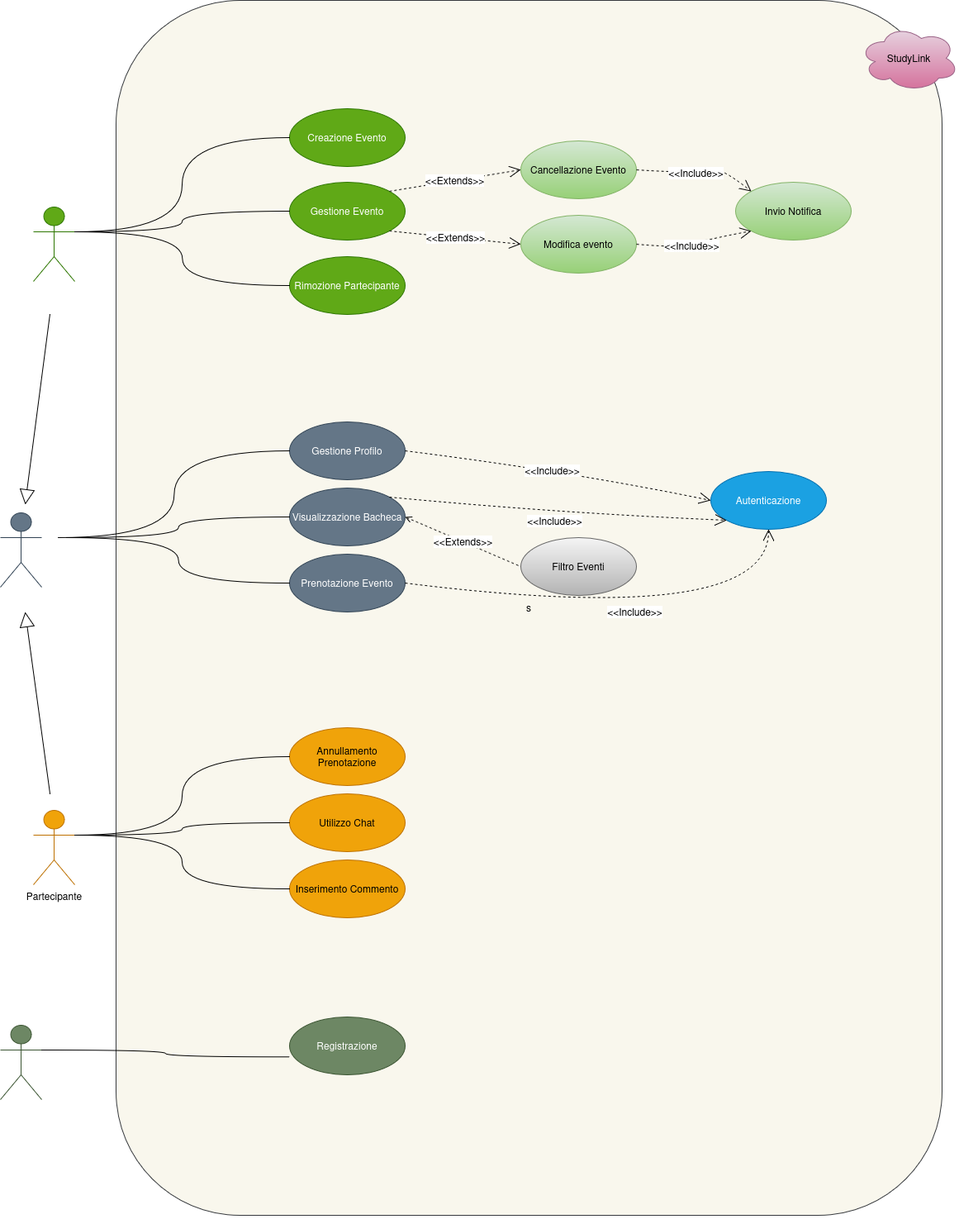
Above: latex/images/modello-dei-casi-d-uso.png in federicoporpora/studyLink (draw.io), before the change. Source tidied: cells renumbered, new cells last; positions are measured from the earlier drawing's top-left corner, leaving out a move shared by most shapes. The source it was exported from:
```xml
<mxGraphModel>
  <root>
    <mxCell id="0" />
    <mxCell id="1" parent="0" />
    <mxCell id="2" value="Utente" style="shape=umlActor;verticalLabelPosition=bottom;verticalAlign=top;html=1;fillColor=#647687;fontColor=#ffffff;strokeColor=#314354;" parent="1" vertex="1">
      <mxGeometry y="620" width="50" height="90" as="geometry" />
    </mxCell>
    <mxCell id="3" value="s" style="rounded=1;whiteSpace=wrap;html=1;fillColor=#f9f7ed;strokeColor=#36393d;" parent="1" vertex="1">
      <mxGeometry x="140" width="1000" height="1470" as="geometry" />
    </mxCell>
    <mxCell id="4" style="edgeStyle=none;curved=1;rounded=0;orthogonalLoop=1;jettySize=auto;html=1;exitX=0;exitY=1;exitDx=0;exitDy=0;fontSize=12;startSize=8;endSize=8;" parent="1" edge="1" source="3" target="3">
      <mxGeometry relative="1" as="geometry" />
    </mxCell>
    <mxCell id="5" value="Organizzatore" style="shape=umlActor;verticalLabelPosition=bottom;verticalAlign=top;html=1;outlineConnect=0;fillColor=#60a917;fontColor=#ffffff;strokeColor=#2D7600;" parent="1" vertex="1">
      <mxGeometry x="40" y="250" width="50" height="90" as="geometry" />
    </mxCell>
    <mxCell id="6" value="Partecipante" style="shape=umlActor;verticalLabelPosition=bottom;verticalAlign=top;html=1;outlineConnect=0;fillColor=#f0a30a;fontColor=#000000;strokeColor=#BD7000;" parent="1" vertex="1">
      <mxGeometry x="40" y="980" width="50" height="90" as="geometry" />
    </mxCell>
    <mxCell id="7" value="Gestione Profilo" style="ellipse;whiteSpace=wrap;html=1;fillColor=#647687;fontColor=#ffffff;strokeColor=#314354;" parent="1" vertex="1">
      <mxGeometry x="350" y="510" width="140" height="70" as="geometry" />
    </mxCell>
    <mxCell id="8" value="Prenotazione Evento" style="ellipse;whiteSpace=wrap;html=1;fillColor=#647687;fontColor=#ffffff;strokeColor=#314354;" parent="1" vertex="1">
      <mxGeometry x="350" y="670" width="140" height="70" as="geometry" />
    </mxCell>
    <mxCell id="9" value="Visualizzazione Bacheca" style="ellipse;whiteSpace=wrap;html=1;fillColor=#647687;fontColor=#ffffff;strokeColor=#314354;" parent="1" vertex="1">
      <mxGeometry x="350" y="590" width="140" height="70" as="geometry" />
    </mxCell>
    <mxCell id="10" style="edgeStyle=none;curved=1;rounded=0;orthogonalLoop=1;jettySize=auto;html=1;exitX=0.5;exitY=0;exitDx=0;exitDy=0;fontSize=12;startSize=8;endSize=8;" parent="1" edge="1">
      <mxGeometry relative="1" as="geometry">
        <mxPoint x="420" y="490" as="sourcePoint" />
        <mxPoint x="420" y="490" as="targetPoint" />
      </mxGeometry>
    </mxCell>
    <mxCell id="11" style="endArrow=none;html=1;edgeStyle=orthogonalEdgeStyle;rounded=0;fontSize=12;startSize=8;endSize=8;curved=1;entryX=0;entryY=0.5;entryDx=0;entryDy=0;" parent="1" edge="1" target="7">
      <mxGeometry relative="1" as="geometry">
        <mxPoint x="70" y="650" as="sourcePoint" />
      </mxGeometry>
    </mxCell>
    <mxCell id="12" style="endArrow=none;html=1;edgeStyle=orthogonalEdgeStyle;rounded=0;fontSize=12;startSize=8;endSize=8;curved=1;entryX=0;entryY=0.5;entryDx=0;entryDy=0;" parent="1" edge="1" target="9">
      <mxGeometry relative="1" as="geometry">
        <mxPoint x="80" y="650" as="sourcePoint" />
      </mxGeometry>
    </mxCell>
    <mxCell id="13" style="endArrow=none;html=1;edgeStyle=orthogonalEdgeStyle;rounded=0;fontSize=12;startSize=8;endSize=8;curved=1;entryX=0;entryY=0.5;entryDx=0;entryDy=0;" parent="1" edge="1" target="8">
      <mxGeometry relative="1" as="geometry">
        <mxPoint x="80" y="650" as="sourcePoint" />
      </mxGeometry>
    </mxCell>
    <mxCell id="14" value="Creazione Evento" style="ellipse;whiteSpace=wrap;html=1;fillColor=#60a917;fontColor=#ffffff;strokeColor=#2D7600;" parent="1" vertex="1">
      <mxGeometry x="350" y="131" width="140" height="70" as="geometry" />
    </mxCell>
    <mxCell id="15" value="Gestione Evento" style="ellipse;whiteSpace=wrap;html=1;fillColor=#60a917;fontColor=#ffffff;strokeColor=#2D7600;" parent="1" vertex="1">
      <mxGeometry x="350" y="220" width="140" height="70" as="geometry" />
    </mxCell>
    <mxCell id="16" value="Rimozione Partecipante" style="ellipse;whiteSpace=wrap;html=1;fillColor=#60a917;fontColor=#ffffff;strokeColor=#2D7600;" parent="1" vertex="1">
      <mxGeometry x="350" y="310" width="140" height="70" as="geometry" />
    </mxCell>
    <mxCell id="17" style="endArrow=none;html=1;edgeStyle=orthogonalEdgeStyle;rounded=0;fontSize=12;startSize=8;endSize=8;curved=1;entryX=0;entryY=0.5;entryDx=0;entryDy=0;exitX=1;exitY=0.3333333333333333;exitDx=0;exitDy=0;exitPerimeter=0;" parent="1" edge="1" source="5" target="14">
      <mxGeometry relative="1" as="geometry" />
    </mxCell>
    <mxCell id="18" style="endArrow=none;html=1;edgeStyle=orthogonalEdgeStyle;rounded=0;fontSize=12;startSize=8;endSize=8;curved=1;entryX=0;entryY=0.5;entryDx=0;entryDy=0;exitX=1;exitY=0.3333333333333333;exitDx=0;exitDy=0;exitPerimeter=0;" parent="1" edge="1" source="5" target="15">
      <mxGeometry relative="1" as="geometry" />
    </mxCell>
    <mxCell id="19" style="endArrow=none;html=1;edgeStyle=orthogonalEdgeStyle;rounded=0;fontSize=12;startSize=8;endSize=8;curved=1;entryX=0;entryY=0.5;entryDx=0;entryDy=0;" parent="1" edge="1" target="16">
      <mxGeometry relative="1" as="geometry">
        <mxPoint x="90" y="280" as="sourcePoint" />
      </mxGeometry>
    </mxCell>
    <mxCell id="20" value="Utilizzo Chat" style="ellipse;whiteSpace=wrap;html=1;fillColor=#f0a30a;fontColor=#000000;strokeColor=#BD7000;" parent="1" vertex="1">
      <mxGeometry x="350" y="960" width="140" height="70" as="geometry" />
    </mxCell>
    <mxCell id="21" value="Annullamento Prenotazione" style="ellipse;whiteSpace=wrap;html=1;fillColor=#f0a30a;fontColor=#000000;strokeColor=#BD7000;" parent="1" vertex="1">
      <mxGeometry x="350" y="880" width="140" height="70" as="geometry" />
    </mxCell>
    <mxCell id="22" value="Inserimento Commento" style="ellipse;whiteSpace=wrap;html=1;fillColor=#f0a30a;fontColor=#000000;strokeColor=#BD7000;" parent="1" vertex="1">
      <mxGeometry x="350" y="1040" width="140" height="70" as="geometry" />
    </mxCell>
    <mxCell id="23" style="endArrow=none;html=1;edgeStyle=orthogonalEdgeStyle;rounded=0;fontSize=12;startSize=8;endSize=8;curved=1;entryX=0;entryY=0.5;entryDx=0;entryDy=0;exitX=1;exitY=0.3333333333333333;exitDx=0;exitDy=0;exitPerimeter=0;" parent="1" edge="1" source="6" target="22">
      <mxGeometry relative="1" as="geometry" />
    </mxCell>
    <mxCell id="24" style="endArrow=none;html=1;edgeStyle=orthogonalEdgeStyle;rounded=0;fontSize=12;startSize=8;endSize=8;curved=1;entryX=0;entryY=0.5;entryDx=0;entryDy=0;exitX=1;exitY=0.3333333333333333;exitDx=0;exitDy=0;exitPerimeter=0;" parent="1" edge="1" source="6" target="20">
      <mxGeometry relative="1" as="geometry" />
    </mxCell>
    <mxCell id="25" style="endArrow=none;html=1;edgeStyle=orthogonalEdgeStyle;rounded=0;fontSize=12;startSize=8;endSize=8;curved=1;entryX=0;entryY=0.5;entryDx=0;entryDy=0;exitX=1;exitY=0.3333333333333333;exitDx=0;exitDy=0;exitPerimeter=0;" parent="1" edge="1" source="6" target="21">
      <mxGeometry relative="1" as="geometry" />
    </mxCell>
    <mxCell id="26" value="Filtro Eventi" style="ellipse;whiteSpace=wrap;html=1;fillColor=#f5f5f5;strokeColor=#666666;gradientColor=#b3b3b3;" parent="1" vertex="1">
      <mxGeometry x="630" y="650" width="140" height="70" as="geometry" />
    </mxCell>
    <mxCell id="27" value="&amp;lt;&amp;lt;Extends&amp;gt;&amp;gt;" style="endArrow=none;endSize=12;dashed=1;html=1;rounded=0;fontSize=12;curved=1;exitX=1;exitY=0.5;exitDx=0;exitDy=0;entryX=0;entryY=0.5;entryDx=0;entryDy=0;endFill=0;startArrow=open;startFill=0;" parent="1" edge="1" source="9" target="26">
      <mxGeometry relative="1" as="geometry" />
    </mxCell>
    <mxCell id="28" value="Invio Notifica" style="ellipse;whiteSpace=wrap;html=1;fillColor=#d5e8d4;strokeColor=#82b366;gradientColor=#97d077;" parent="1" vertex="1">
      <mxGeometry x="890" y="220" width="140" height="70" as="geometry" />
    </mxCell>
    <mxCell id="29" value="Autenticazione" style="ellipse;whiteSpace=wrap;html=1;fillColor=#1ba1e2;strokeColor=#006EAF;fontColor=#ffffff;" parent="1" vertex="1">
      <mxGeometry x="860" y="570" width="140" height="70" as="geometry" />
    </mxCell>
    <mxCell id="30" value="&amp;lt;&amp;lt;Include&amp;gt;&amp;gt;" style="endArrow=open;endSize=12;dashed=1;html=1;rounded=0;fontSize=12;curved=1;entryX=0;entryY=0.5;entryDx=0;entryDy=0;exitX=1;exitY=0.5;exitDx=0;exitDy=0;" parent="1" edge="1" source="7" target="29">
      <mxGeometry x="-0.03" y="-2" relative="1" as="geometry">
        <Array as="points">
          <mxPoint x="690" y="570" />
        </Array>
      </mxGeometry>
    </mxCell>
    <mxCell id="31" value="&amp;lt;&amp;lt;Include&amp;gt;&amp;gt;" style="endArrow=open;endSize=12;dashed=1;html=1;rounded=0;fontSize=12;curved=1;entryX=0;entryY=1;entryDx=0;entryDy=0;exitX=1;exitY=0;exitDx=0;exitDy=0;" parent="1" edge="1" source="9" target="29">
      <mxGeometry x="-0.02" y="-10" relative="1" as="geometry">
        <Array as="points">
          <mxPoint x="670" y="620" />
        </Array>
        <mxPoint x="1" as="offset" />
      </mxGeometry>
    </mxCell>
    <mxCell id="32" value="&amp;lt;&amp;lt;Include&amp;gt;&amp;gt;" style="endArrow=open;endSize=12;dashed=1;html=1;rounded=0;fontSize=12;curved=1;entryX=0.5;entryY=1;entryDx=0;entryDy=0;exitX=1;exitY=0.5;exitDx=0;exitDy=0;" parent="1" edge="1" source="8" target="29">
      <mxGeometry relative="1" as="geometry">
        <Array as="points">
          <mxPoint x="930" y="760" />
        </Array>
      </mxGeometry>
    </mxCell>
    <mxCell id="33" value="Persona" style="shape=umlActor;verticalLabelPosition=bottom;verticalAlign=top;html=1;outlineConnect=0;fillColor=#6d8764;fontColor=#ffffff;strokeColor=#3A5431;" parent="1" vertex="1">
      <mxGeometry y="1240" width="50" height="90" as="geometry" />
    </mxCell>
    <mxCell id="34" value="Registrazione" style="ellipse;whiteSpace=wrap;html=1;fillColor=#6d8764;fontColor=#ffffff;strokeColor=#3A5431;" parent="1" vertex="1">
      <mxGeometry x="350" y="1230" width="140" height="70" as="geometry" />
    </mxCell>
    <mxCell id="35" style="endArrow=none;html=1;edgeStyle=orthogonalEdgeStyle;rounded=0;fontSize=12;startSize=8;endSize=8;curved=1;entryX=-0.003;entryY=0.69;entryDx=0;entryDy=0;exitX=1;exitY=0.3333333333333333;exitDx=0;exitDy=0;exitPerimeter=0;entryPerimeter=0;" parent="1" edge="1" source="33" target="34">
      <mxGeometry relative="1" as="geometry" />
    </mxCell>
    <mxCell id="36" style="endArrow=block;endSize=16;endFill=0;html=1;rounded=0;fontSize=12;curved=1;" parent="1" edge="1">
      <mxGeometry x="-0.01" relative="1" as="geometry">
        <mxPoint x="60" y="380" as="sourcePoint" />
        <mxPoint x="30" y="610" as="targetPoint" />
      </mxGeometry>
    </mxCell>
    <mxCell id="37" style="endArrow=block;endSize=16;endFill=0;html=1;rounded=0;fontSize=12;curved=1;" parent="1" edge="1">
      <mxGeometry relative="1" as="geometry">
        <mxPoint x="60" y="960" as="sourcePoint" />
        <mxPoint x="30" y="740" as="targetPoint" />
      </mxGeometry>
    </mxCell>
    <mxCell id="38" value="Cancellazione Evento" style="ellipse;whiteSpace=wrap;html=1;fillColor=#d5e8d4;strokeColor=#82b366;gradientColor=#97d077;" parent="1" vertex="1">
      <mxGeometry x="630" y="170" width="140" height="70" as="geometry" />
    </mxCell>
    <mxCell id="39" value="Modifica evento" style="ellipse;whiteSpace=wrap;html=1;fillColor=#d5e8d4;strokeColor=#82b366;gradientColor=#97d077;" parent="1" vertex="1">
      <mxGeometry x="630" y="260" width="140" height="70" as="geometry" />
    </mxCell>
    <mxCell id="40" value="&amp;lt;&amp;lt;Extends&amp;gt;&amp;gt;" style="endArrow=open;endSize=12;dashed=1;html=1;rounded=0;fontSize=12;curved=1;exitX=1;exitY=1;exitDx=0;exitDy=0;entryX=0;entryY=0.5;entryDx=0;entryDy=0;" parent="1" edge="1" source="15" target="39">
      <mxGeometry relative="1" as="geometry" />
    </mxCell>
    <mxCell id="41" value="&amp;lt;&amp;lt;Extends&amp;gt;&amp;gt;" style="endArrow=open;endSize=12;dashed=1;html=1;rounded=0;fontSize=12;curved=1;exitX=1;exitY=0;exitDx=0;exitDy=0;entryX=0;entryY=0.5;entryDx=0;entryDy=0;" parent="1" edge="1" source="15" target="38">
      <mxGeometry relative="1" as="geometry" />
    </mxCell>
    <mxCell id="42" value="&amp;lt;&amp;lt;Include&amp;gt;&amp;gt;" style="endArrow=open;endSize=12;dashed=1;html=1;rounded=0;fontSize=12;curved=1;entryX=0;entryY=1;entryDx=0;entryDy=0;exitX=1;exitY=0.5;exitDx=0;exitDy=0;" parent="1" edge="1" source="39" target="28">
      <mxGeometry x="-0.07" relative="1" as="geometry">
        <Array as="points">
          <mxPoint x="830" y="300" />
          <mxPoint x="850" y="290" />
        </Array>
      </mxGeometry>
    </mxCell>
    <mxCell id="43" value="&amp;lt;&amp;lt;Include&amp;gt;&amp;gt;" style="endArrow=open;endSize=12;dashed=1;html=1;rounded=0;fontSize=12;curved=1;entryX=0;entryY=0;entryDx=0;entryDy=0;exitX=1;exitY=0.5;exitDx=0;exitDy=0;" parent="1" edge="1" source="38" target="28">
      <mxGeometry x="-0.07" relative="1" as="geometry">
        <Array as="points">
          <mxPoint x="850" y="210" />
          <mxPoint x="870" y="200" />
        </Array>
      </mxGeometry>
    </mxCell>
    <mxCell id="44" style="ellipse;shape=cloud;whiteSpace=wrap;html=1;fillColor=#e6d0de;gradientColor=#d5739d;strokeColor=#996185;" parent="1" vertex="1">
      <mxGeometry x="1040" y="30" width="120" height="80" as="geometry" />
    </mxCell>
    <mxCell id="45" value="StudyLink" style="text;html=1;whiteSpace=wrap;strokeColor=none;fillColor=none;align=center;verticalAlign=middle;rounded=0;" parent="1" vertex="1">
      <mxGeometry x="1050" y="45" width="100" height="50" as="geometry" />
    </mxCell>
  </root>
</mxGraphModel>
```
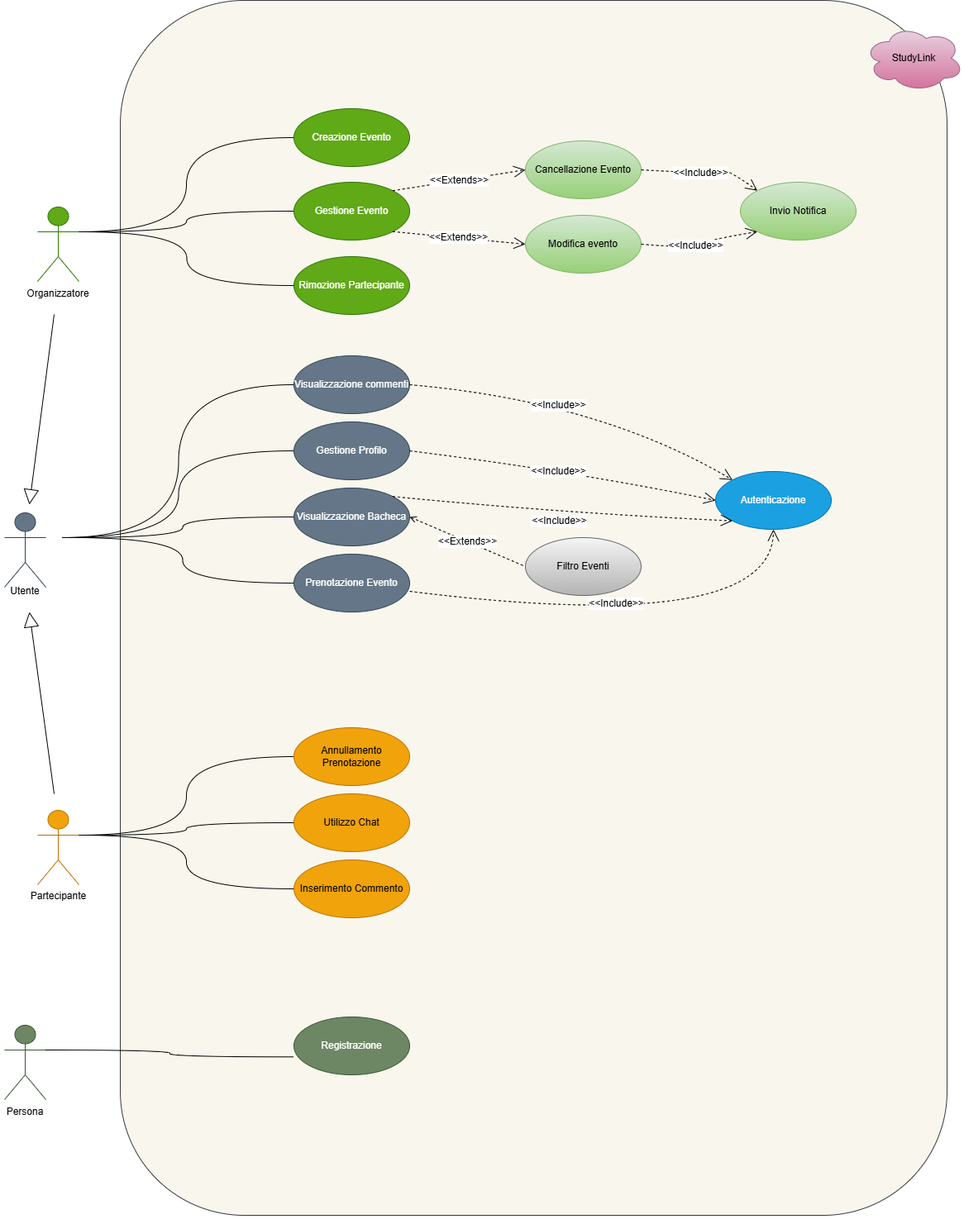
Later version of the same file.

Commit message:
modificata l'immagine del modello dei casi d'uso

What changed in the source:
```diff
@@ -5,7 +5,7 @@
     <mxCell id="2" value="Utente" style="shape=umlActor;verticalLabelPosition=bottom;verticalAlign=top;html=1;fillColor=#647687;fontColor=#ffffff;strokeColor=#314354;" parent="1" vertex="1">
       <mxGeometry y="620" width="50" height="90" as="geometry" />
     </mxCell>
-    <mxCell id="3" value="s" style="rounded=1;whiteSpace=wrap;html=1;fillColor=#f9f7ed;strokeColor=#36393d;" parent="1" vertex="1">
+    <mxCell id="3" style="rounded=1;whiteSpace=wrap;html=1;fillColor=#f9f7ed;strokeColor=#36393d;" parent="1" vertex="1">
       <mxGeometry x="140" width="1000" height="1470" as="geometry" />
     </mxCell>
     <mxCell id="4" style="edgeStyle=none;curved=1;rounded=0;orthogonalLoop=1;jettySize=auto;html=1;exitX=0;exitY=1;exitDx=0;exitDy=0;fontSize=12;startSize=8;endSize=8;" parent="1" edge="1" source="3" target="3">
@@ -112,10 +112,11 @@
         <mxPoint x="1" as="offset" />
       </mxGeometry>
     </mxCell>
-    <mxCell id="32" value="&amp;lt;&amp;lt;Include&amp;gt;&amp;gt;" style="endArrow=open;endSize=12;dashed=1;html=1;rounded=0;fontSize=12;curved=1;entryX=0.5;entryY=1;entryDx=0;entryDy=0;exitX=1;exitY=0.5;exitDx=0;exitDy=0;" parent="1" edge="1" source="8" target="29">
-      <mxGeometry relative="1" as="geometry">
+    <mxCell id="32" value="&amp;lt;&amp;lt;Include&amp;gt;&amp;gt;" style="endArrow=open;endSize=12;dashed=1;html=1;rounded=0;fontSize=12;curved=1;entryX=0.5;entryY=1;entryDx=0;entryDy=0;exitX=1;exitY=0.5;exitDx=0;exitDy=0;" parent="1" edge="1" target="29">
+      <mxGeometry x="-0.13" y="16" relative="1" as="geometry">
+        <mxPoint x="490" y="715" as="sourcePoint" />
         <Array as="points">
-          <mxPoint x="930" y="760" />
+          <mxPoint x="930" y="770" />
         </Array>
       </mxGeometry>
     </mxCell>
@@ -174,5 +175,29 @@
     <mxCell id="45" value="StudyLink" style="text;html=1;whiteSpace=wrap;strokeColor=none;fillColor=none;align=center;verticalAlign=middle;rounded=0;" parent="1" vertex="1">
       <mxGeometry x="1050" y="45" width="100" height="50" as="geometry" />
     </mxCell>
+    <mxCell id="46" value="Organizzatore" style="text;html=1;whiteSpace=wrap;strokeColor=none;fillColor=none;align=center;verticalAlign=middle;rounded=0;" parent="1" vertex="1">
+      <mxGeometry x="35" y="340" width="60" height="30" as="geometry" />
+    </mxCell>
+    <mxCell id="47" value="Utente" style="text;html=1;whiteSpace=wrap;strokeColor=none;fillColor=none;align=center;verticalAlign=middle;rounded=0;" parent="1" vertex="1">
+      <mxGeometry x="-5" y="700" width="60" height="30" as="geometry" />
+    </mxCell>
+    <mxCell id="48" value="Persona" style="text;html=1;whiteSpace=wrap;strokeColor=none;fillColor=none;align=center;verticalAlign=middle;rounded=0;" parent="1" vertex="1">
+      <mxGeometry x="-5" y="1330" width="60" height="30" as="geometry" />
+    </mxCell>
+    <mxCell id="49" value="Visualizzazione commenti" style="ellipse;whiteSpace=wrap;html=1;fillColor=#647687;fontColor=#ffffff;strokeColor=#314354;" parent="1" vertex="1">
+      <mxGeometry x="350" y="430" width="140" height="70" as="geometry" />
+    </mxCell>
+    <mxCell id="50" style="endArrow=none;html=1;edgeStyle=orthogonalEdgeStyle;rounded=0;fontSize=12;startSize=8;endSize=8;curved=1;entryX=0;entryY=0.5;entryDx=0;entryDy=0;" parent="1" edge="1" target="49">
+      <mxGeometry relative="1" as="geometry">
+        <mxPoint x="70" y="650" as="sourcePoint" />
+      </mxGeometry>
+    </mxCell>
+    <mxCell id="51" value="&amp;lt;&amp;lt;Include&amp;gt;&amp;gt;" style="endArrow=open;endSize=12;dashed=1;html=1;rounded=0;fontSize=12;curved=1;entryX=0;entryY=0;entryDx=0;entryDy=0;exitX=1;exitY=0.5;exitDx=0;exitDy=0;" parent="1" edge="1" source="49" target="29">
+      <mxGeometry x="-0.13" y="-9" relative="1" as="geometry">
+        <Array as="points">
+          <mxPoint x="720" y="485" />
+        </Array>
+      </mxGeometry>
+    </mxCell>
   </root>
 </mxGraphModel>
```
